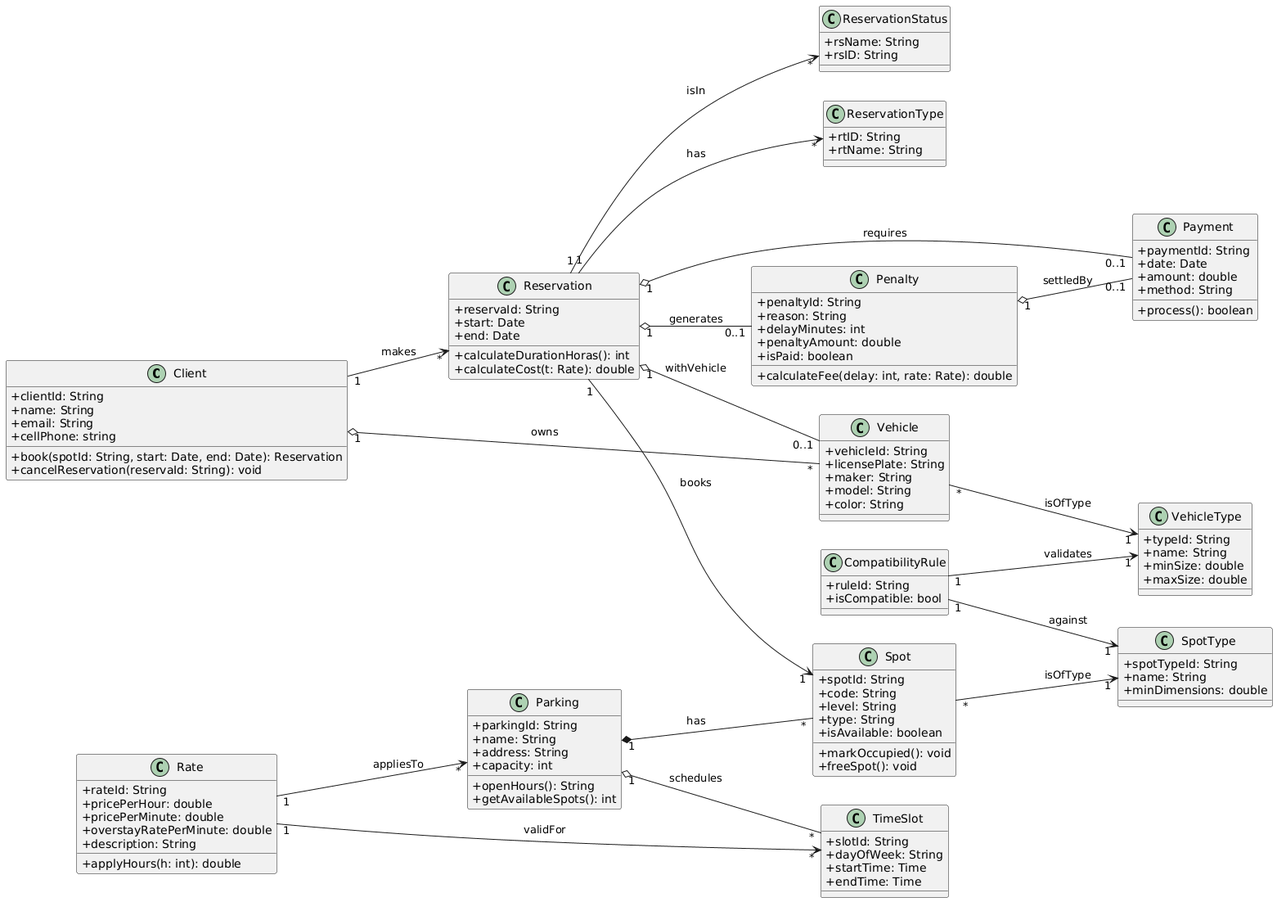
Earlier version of the PlantUML export DC.png (AlejoCarobolante/sistema-de-ventas-go).
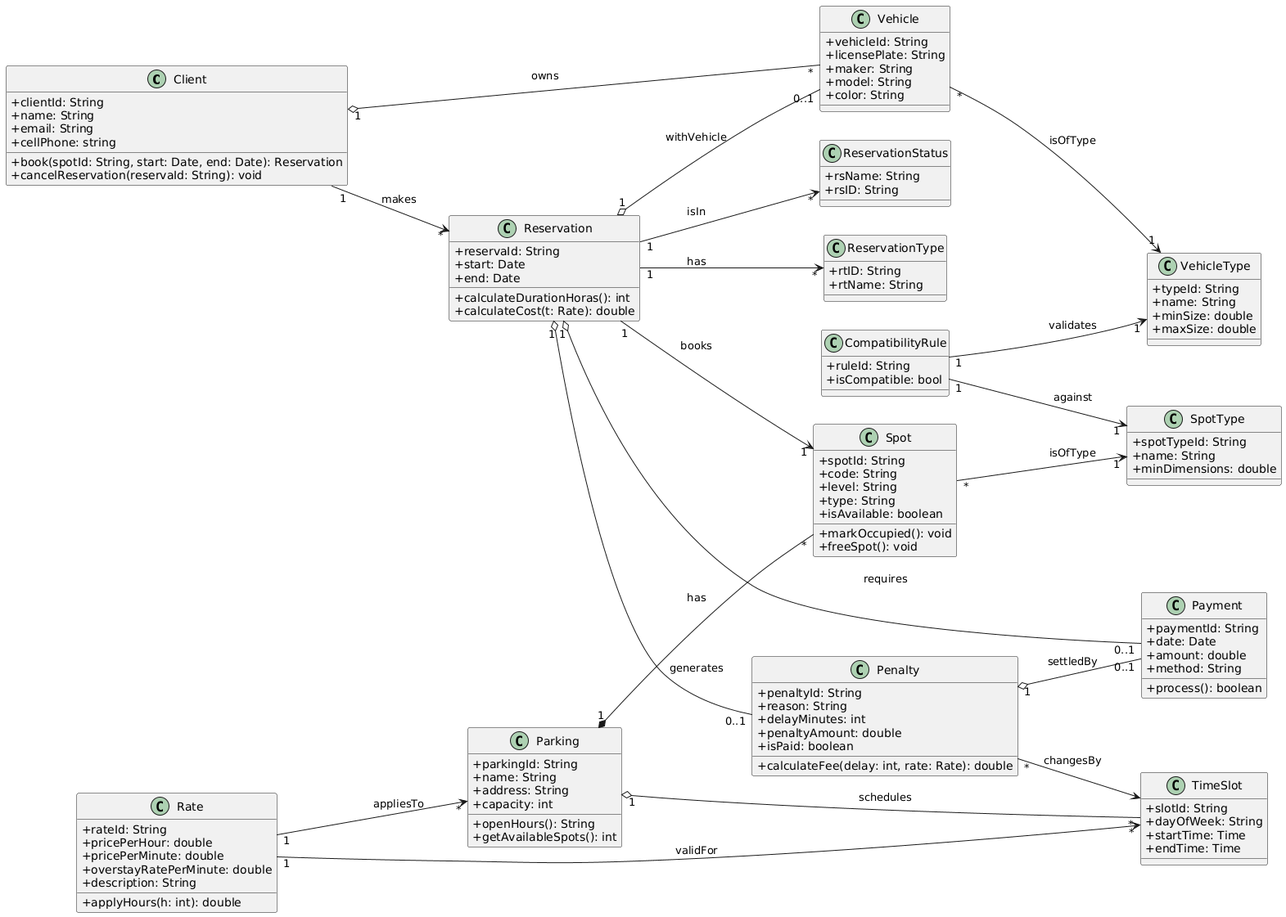
After the commit.

Commit message:
Added relation between timeSlot and Penalty

The edit, as a diff of the source:
```diff
@@ -124,6 +124,7 @@
 
 Rate "1" --> "*" Parking : appliesTo
 Rate "1" --> "*" TimeSlot : validFor
+Penalty "*" --> TimeSlot: changesBy
 
 Reservation "1" --> "1" Spot : books
 Reservation "1" o-- "0..1" Vehicle : withVehicle
```
